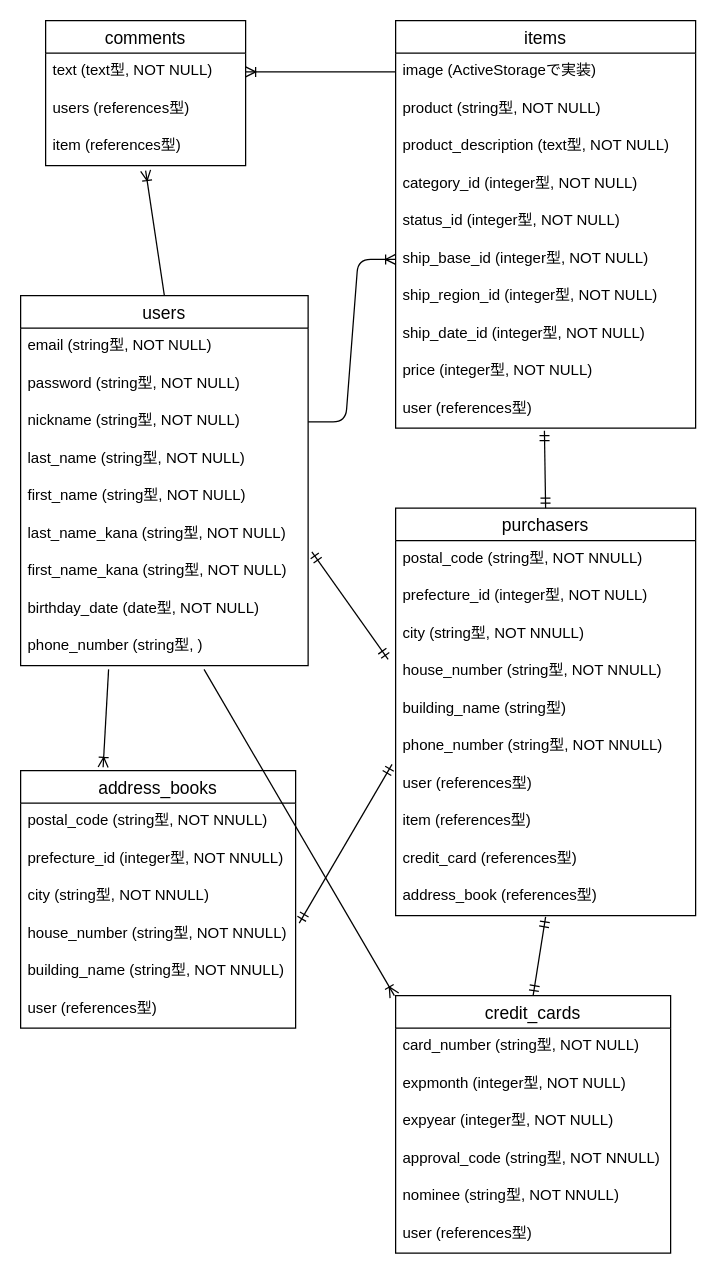
Before: furima.dio in yudai-simoma/furima-35043, a draw.io diagram. Source tidied: cells renumbered, new cells numbered last; positions are measured from the earlier drawing's top-left corner, leaving out a move shared by most shapes. Both pictures are drawn from the tidied source at 125%, with x=0, y=0 at pixel (20, 20).
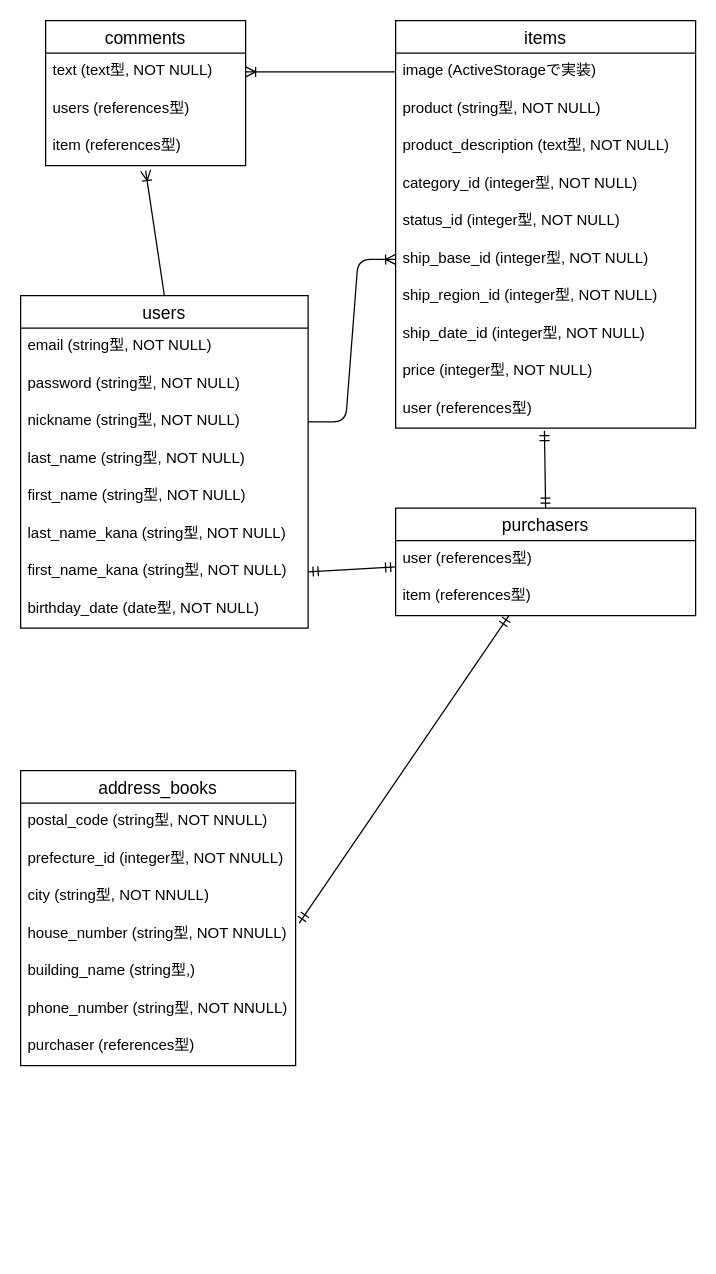
The same diagram, later.

Commit message (it also covers changes not shown here):
データベース設計の修正１

The change refers to these unchanged cells:
```xml
<mxCell id="9" value="first_name_kana (string型, NOT NULL)" style="text;strokeColor=none;fillColor=none;spacingLeft=4;spacingRight=4;overflow=hidden;points=[[0,0.5],[1,0.5]];portConstraint=eastwest;fontSize=12;" parent="2" vertex="1">
  <mxGeometry y="206" width="230" height="30" as="geometry" />
</mxCell>
<mxCell id="49" value="house_number (string型, NOT NNULL)" style="text;strokeColor=none;fillColor=none;spacingLeft=4;spacingRight=4;overflow=hidden;points=[[0,0.5],[1,0.5]];portConstraint=eastwest;fontSize=12;" parent="45" vertex="1">
  <mxGeometry y="116" width="220" height="30" as="geometry" />
</mxCell>
```

Diff of the diagram source:
```diff
@@
     <mxCell id="2" value="users" style="swimlane;fontStyle=0;horizontal=1;startSize=26;align=center;fontSize=14;" parent="1" vertex="1">
-      <mxGeometry y="220" width="230" height="296" as="geometry" />
+      <mxGeometry y="220" width="230" height="266" as="geometry" />
     </mxCell>
@@
-    <mxCell id="11" value="phone_number (string型, )" style="text;strokeColor=none;fillColor=none;spacingLeft=4;spacingRight=4;overflow=hidden;points=[[0,0.5],[1,0.5]];portConstraint=eastwest;fontSize=12;" parent="2" vertex="1">
-      <mxGeometry y="266" width="230" height="30" as="geometry" />
-    </mxCell>
@@
     <mxCell id="23" value="purchasers" style="swimlane;fontStyle=0;horizontal=1;startSize=26;align=center;fontSize=14;" parent="1" vertex="1">
-      <mxGeometry x="300" y="390" width="240" height="326" as="geometry" />
+      <mxGeometry x="300" y="390" width="240" height="86" as="geometry" />
     </mxCell>
-    <mxCell id="24" value="postal_code (string型, NOT NNULL)" style="text;strokeColor=none;fillColor=none;spacingLeft=4;spacingRight=4;overflow=hidden;fontSize=12;" parent="23" vertex="1">
-      <mxGeometry y="26" width="240" height="30" as="geometry" />
-    </mxCell>
-    <mxCell id="25" value="prefecture_id (integer型, NOT NULL)" style="text;strokeColor=none;fillColor=none;spacingLeft=4;spacingRight=4;overflow=hidden;fontSize=12;" parent="23" vertex="1">
-      <mxGeometry y="56" width="240" height="30" as="geometry" />
-    </mxCell>
-    <mxCell id="26" value="city (string型, NOT NNULL)" style="text;strokeColor=none;fillColor=none;spacingLeft=4;spacingRight=4;overflow=hidden;fontSize=12;" parent="23" vertex="1">
-      <mxGeometry y="86" width="240" height="30" as="geometry" />
-    </mxCell>
-    <mxCell id="27" value="house_number (string型, NOT NNULL)" style="text;strokeColor=none;fillColor=none;spacingLeft=4;spacingRight=4;overflow=hidden;points=[[0,0.5],[1,0.5]];portConstraint=eastwest;fontSize=12;" parent="23" vertex="1">
-      <mxGeometry y="116" width="240" height="30" as="geometry" />
-    </mxCell>
-    <mxCell id="28" value="building_name (string型)" style="text;strokeColor=none;fillColor=none;spacingLeft=4;spacingRight=4;overflow=hidden;fontSize=12;" parent="23" vertex="1">
-      <mxGeometry y="146" width="240" height="30" as="geometry" />
-    </mxCell>
-    <mxCell id="29" value="phone_number (string型, NOT NNULL)" style="text;strokeColor=none;fillColor=none;spacingLeft=4;spacingRight=4;overflow=hidden;fontSize=12;" parent="23" vertex="1">
-      <mxGeometry y="176" width="240" height="30" as="geometry" />
-    </mxCell>
     <mxCell id="30" value="user (references型)" style="text;strokeColor=none;fillColor=none;spacingLeft=4;spacingRight=4;overflow=hidden;points=[[0,0.5],[1,0.5]];portConstraint=eastwest;fontSize=12;" parent="23" vertex="1">
-      <mxGeometry y="206" width="240" height="30" as="geometry" />
+      <mxGeometry y="26" width="240" height="30" as="geometry" />
     </mxCell>
     <mxCell id="31" value="item (references型)" style="text;strokeColor=none;fillColor=none;spacingLeft=4;spacingRight=4;overflow=hidden;fontSize=12;" parent="23" vertex="1">
-      <mxGeometry y="236" width="240" height="30" as="geometry" />
+      <mxGeometry y="56" width="240" height="30" as="geometry" />
     </mxCell>
-    <mxCell id="32" value="credit_card (references型)" style="text;strokeColor=none;fillColor=none;spacingLeft=4;spacingRight=4;overflow=hidden;fontSize=12;" parent="23" vertex="1">
-      <mxGeometry y="266" width="240" height="30" as="geometry" />
-    </mxCell>
-    <mxCell id="33" value="address_book (references型)" style="text;strokeColor=none;fillColor=none;spacingLeft=4;spacingRight=4;overflow=hidden;points=[[0,0.5],[1,0.5]];portConstraint=eastwest;fontSize=12;" parent="23" vertex="1">
-      <mxGeometry y="296" width="240" height="30" as="geometry" />
-    </mxCell>
@@
-    <mxCell id="38" value="credit_cards" style="swimlane;fontStyle=0;horizontal=1;startSize=26;align=center;fontSize=14;" parent="1" vertex="1">
-      <mxGeometry x="300" y="780" width="220" height="206" as="geometry" />
-    </mxCell>
-    <mxCell id="39" value="card_number (string型, NOT NULL)" style="text;strokeColor=none;fillColor=none;spacingLeft=4;spacingRight=4;overflow=hidden;fontSize=12;" parent="38" vertex="1">
-      <mxGeometry y="26" width="220" height="30" as="geometry" />
-    </mxCell>
-    <mxCell id="40" value="expmonth (integer型, NOT NULL)" style="text;strokeColor=none;fillColor=none;spacingLeft=4;spacingRight=4;overflow=hidden;fontSize=12;" parent="38" vertex="1">
-      <mxGeometry y="56" width="220" height="30" as="geometry" />
-    </mxCell>
-    <mxCell id="41" value="expyear (integer型, NOT NULL)" style="text;strokeColor=none;fillColor=none;spacingLeft=4;spacingRight=4;overflow=hidden;fontSize=12;" parent="38" vertex="1">
-      <mxGeometry y="86" width="220" height="30" as="geometry" />
-    </mxCell>
-    <mxCell id="42" value="approval_code (string型, NOT NNULL)" style="text;strokeColor=none;fillColor=none;spacingLeft=4;spacingRight=4;overflow=hidden;fontSize=12;" parent="38" vertex="1">
-      <mxGeometry y="116" width="220" height="30" as="geometry" />
-    </mxCell>
-    <mxCell id="43" value="nominee (string型, NOT NNULL)" style="text;strokeColor=none;fillColor=none;spacingLeft=4;spacingRight=4;overflow=hidden;fontSize=12;" parent="38" vertex="1">
-      <mxGeometry y="146" width="220" height="30" as="geometry" />
-    </mxCell>
-    <mxCell id="44" value="user (references型)" style="text;strokeColor=none;fillColor=none;spacingLeft=4;spacingRight=4;overflow=hidden;fontSize=12;" parent="38" vertex="1">
-      <mxGeometry y="176" width="220" height="30" as="geometry" />
-    </mxCell>
     <mxCell id="45" value="address_books" style="swimlane;fontStyle=0;horizontal=1;startSize=26;align=center;fontSize=14;" parent="1" vertex="1">
-      <mxGeometry y="600" width="220" height="206" as="geometry" />
+      <mxGeometry y="600" width="220" height="236" as="geometry" />
     </mxCell>
@@
-    <mxCell id="50" value="building_name (string型, NOT NNULL)" style="text;strokeColor=none;fillColor=none;spacingLeft=4;spacingRight=4;overflow=hidden;fontSize=12;" parent="45" vertex="1">
+    <mxCell id="50" value="building_name (string型,)" style="text;strokeColor=none;fillColor=none;spacingLeft=4;spacingRight=4;overflow=hidden;fontSize=12;" parent="45" vertex="1">
       <mxGeometry y="146" width="220" height="30" as="geometry" />
     </mxCell>
+    <mxCell id="29" value="phone_number (string型, NOT NNULL)" style="text;strokeColor=none;fillColor=none;spacingLeft=4;spacingRight=4;overflow=hidden;fontSize=12;" parent="45" vertex="1">
+      <mxGeometry y="176" width="220" height="30" as="geometry" />
+    </mxCell>
-    <mxCell id="51" value="user (references型)" style="text;strokeColor=none;fillColor=none;spacingLeft=4;spacingRight=4;overflow=hidden;fontSize=12;" parent="45" vertex="1">
-      <mxGeometry y="176" width="220" height="30" as="geometry" />
+    <mxCell id="51" value="purchaser (references型)" style="text;strokeColor=none;fillColor=none;spacingLeft=4;spacingRight=4;overflow=hidden;fontSize=12;" parent="45" vertex="1">
+      <mxGeometry y="206" width="220" height="30" as="geometry" />
     </mxCell>
@@
-    <mxCell id="53" style="fontSize=12;html=1;endArrow=ERoneToMany;exitX=0.638;exitY=1.1;exitDx=0;exitDy=0;exitPerimeter=0;" parent="1" edge="1" source="11">
-      <mxGeometry relative="1" as="geometry">
-        <mxPoint x="299" y="780" as="targetPoint" />
-      </mxGeometry>
-    </mxCell>
@@
-    <mxCell id="55" style="fontSize=12;html=1;endArrow=ERmandOne;startArrow=ERmandOne;entryX=-0.025;entryY=0.167;entryDx=0;entryDy=0;entryPerimeter=0;exitX=1.013;exitY=-0.033;exitDx=0;exitDy=0;exitPerimeter=0;" parent="1" edge="1" source="9" target="27">
-      <mxGeometry relative="1" as="geometry" />
+    <mxCell id="55" style="fontSize=12;html=1;endArrow=ERmandOne;startArrow=ERmandOne;exitX=1;exitY=0.5;exitDx=0;exitDy=0;" parent="1" edge="1" source="9">
+      <mxGeometry relative="1" as="geometry">
+        <mxPoint x="300" y="437" as="targetPoint" />
+      </mxGeometry>
     </mxCell>
-    <mxCell id="56" style="fontSize=12;html=1;endArrow=ERoneToMany;entryX=0.3;entryY=-0.013;entryDx=0;entryDy=0;entryPerimeter=0;exitX=0.306;exitY=1.1;exitDx=0;exitDy=0;exitPerimeter=0;" parent="1" edge="1" source="11" target="45">
-      <mxGeometry relative="1" as="geometry" />
-    </mxCell>
@@
-    <mxCell id="59" style="fontSize=12;html=1;endArrow=ERmandOne;startArrow=ERmandOne;exitX=0.5;exitY=0;exitDx=0;exitDy=0;entryX=0.5;entryY=1.033;entryDx=0;entryDy=0;entryPerimeter=0;" parent="1" edge="1" source="38" target="33">
-      <mxGeometry relative="1" as="geometry" />
-    </mxCell>
-    <mxCell id="60" style="fontSize=12;html=1;endArrow=ERmandOne;startArrow=ERmandOne;exitX=1.013;exitY=0.2;exitDx=0;exitDy=0;entryX=-0.012;entryY=-0.033;entryDx=0;entryDy=0;entryPerimeter=0;exitPerimeter=0;" parent="1" edge="1" source="49" target="30">
+    <mxCell id="60" style="fontSize=12;html=1;endArrow=ERmandOne;startArrow=ERmandOne;exitX=1.013;exitY=0.2;exitDx=0;exitDy=0;exitPerimeter=0;" parent="1" edge="1" source="49" target="23">
       <mxGeometry relative="1" as="geometry" />
     </mxCell>
```
